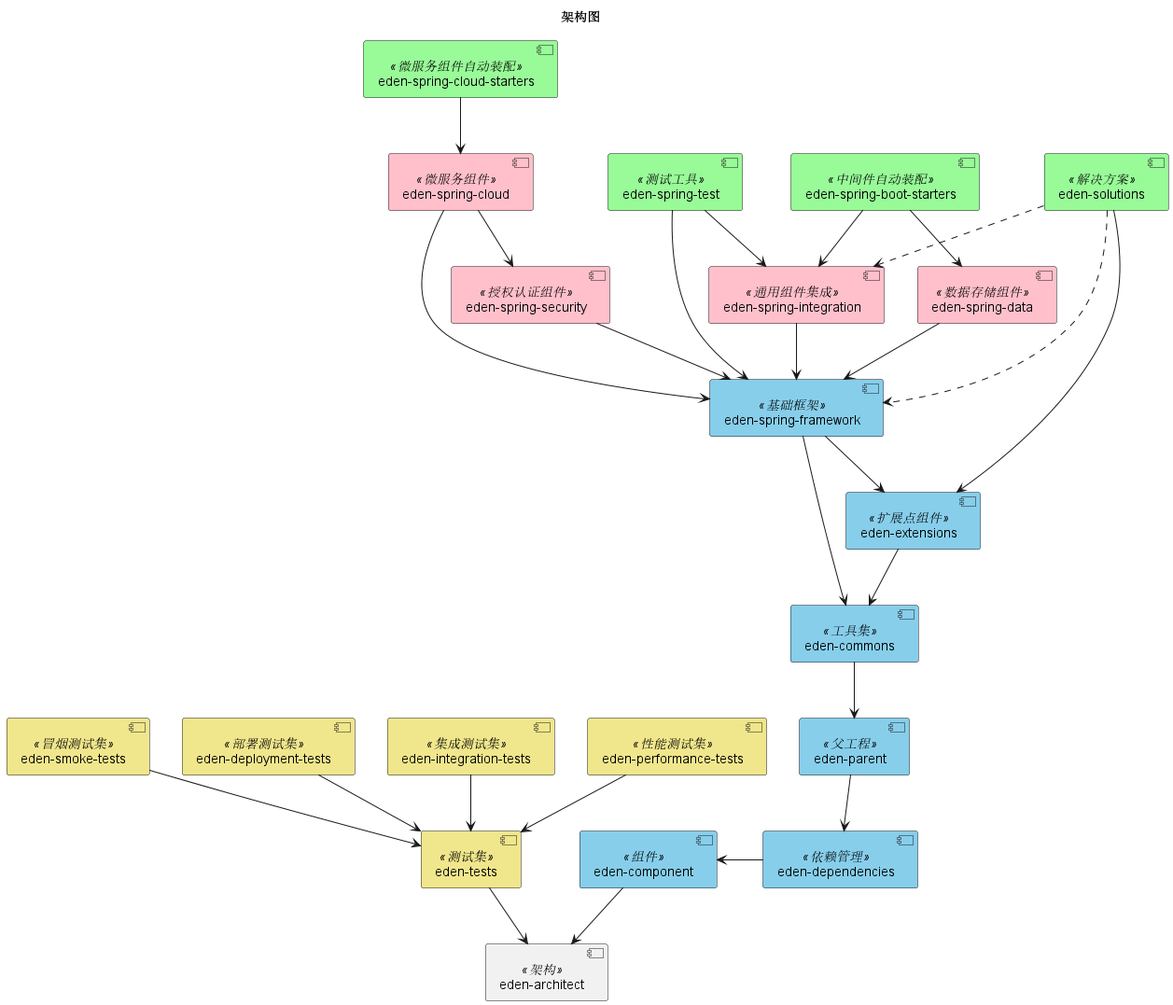
The PlantUML diagram docs/uml/component.png in shiyindaxiaojie/eden-architect, before a commit.
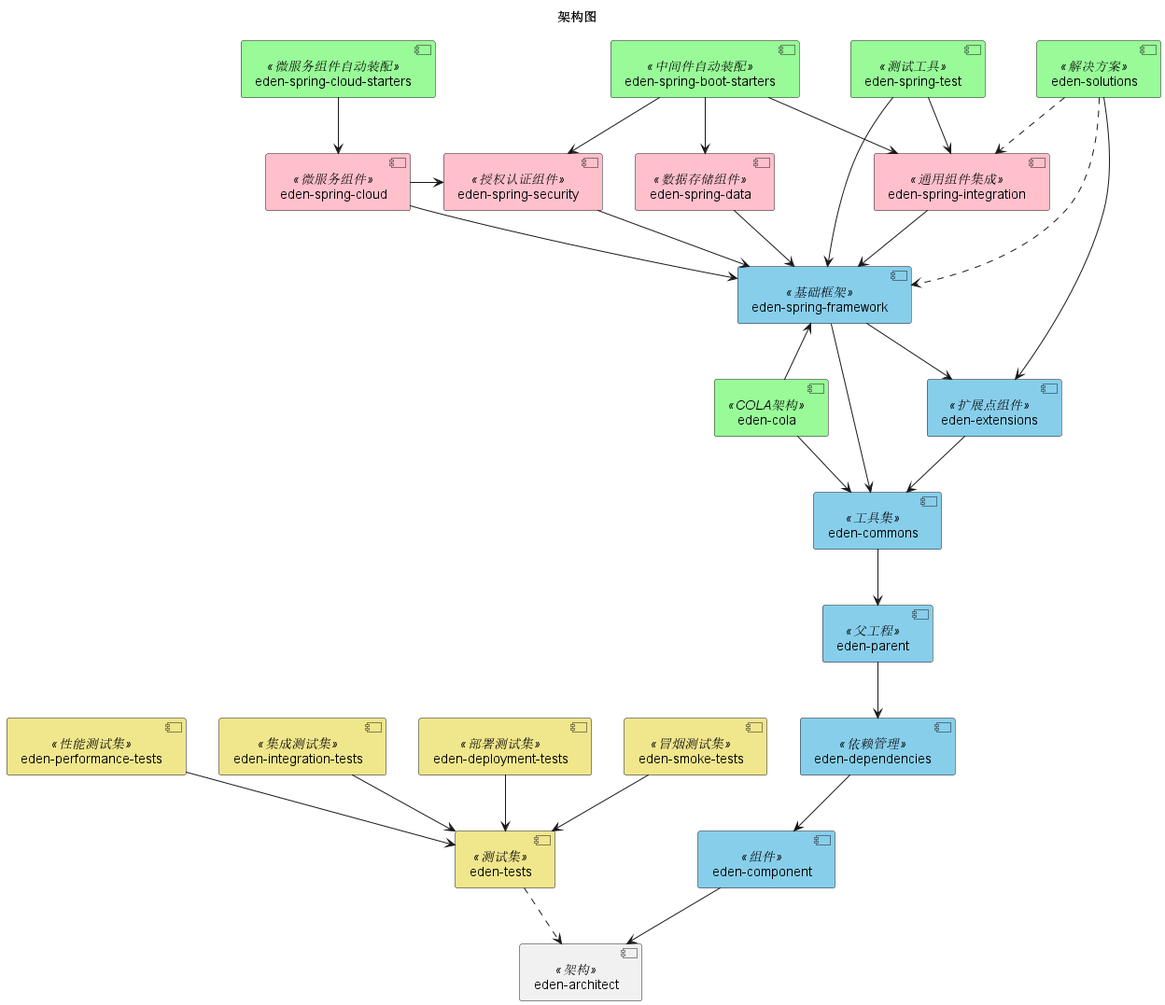
The same diagram one commit later.

Change to the diagram source:
```diff
@@ -14,6 +14,7 @@
 [eden-parent] <<父工程>>
 [eden-commons] <<工具集>>
 [eden-extensions] <<扩展点组件>>
+[eden-cola] <<COLA架构>>
 [eden-spring-framework] <<基础框架>>
 [eden-spring-data] <<数据存储组件>>
 [eden-spring-security] <<授权认证组件>>
@@ -41,6 +42,7 @@
 	backgroundColor<<授权认证组件>> Pink
 	backgroundColor<<通用组件集成>> Pink
 	backgroundColor<<微服务组件>> Pink
+	backgroundColor<<COLA架构>> PaleGreen
     backgroundColor<<中间件自动装配>> PaleGreen
     backgroundColor<<微服务组件自动装配>> PaleGreen
     backgroundColor<<测试工具>> PaleGreen
@@ -54,30 +56,33 @@
 }
 
 [eden-component] --> [eden-architect]
-[eden-dependencies] -l-> [eden-component]
+[eden-dependencies] --> [eden-component]
 [eden-parent] --> [eden-dependencies]
 [eden-commons] --> [eden-parent]
 [eden-extensions] --> [eden-commons]
+[eden-cola] --> [eden-commons]
+[eden-cola] -u-> [eden-spring-framework]
 [eden-spring-framework] --> [eden-commons]
 [eden-spring-framework] --> [eden-extensions]
 [eden-spring-data] --> [eden-spring-framework]
 [eden-spring-security] --> [eden-spring-framework]
 [eden-spring-integration] --> [eden-spring-framework]
 [eden-spring-cloud] --> [eden-spring-framework]
-[eden-spring-cloud] --> [eden-spring-security]
+[eden-spring-cloud] -r-> [eden-spring-security]
 [eden-spring-test] --> [eden-spring-framework]
 [eden-spring-test] --> [eden-spring-integration]
 [eden-spring-boot-starters] --> [eden-spring-data]
+[eden-spring-boot-starters] --> [eden-spring-security]
 [eden-spring-boot-starters] --> [eden-spring-integration]
 [eden-spring-cloud-starters] --> [eden-spring-cloud]
 [eden-solutions] --> [eden-extensions]
 [eden-solutions] ..> [eden-spring-framework]
 [eden-solutions] ..> [eden-spring-integration]
 
-[eden-tests] --> [eden-architect]
-[eden-deployment-tests] --> [eden-tests]
-[eden-integration-tests] --> [eden-tests]
-[eden-performance-tests] --> [eden-tests]
-[eden-smoke-tests] --> [eden-tests]
+[eden-architect] <.u. [eden-tests]
+[eden-tests] <-u- [eden-deployment-tests]
+[eden-tests] <-u- [eden-integration-tests]
+[eden-tests] <-u- [eden-performance-tests]
+[eden-tests] <-u- [eden-smoke-tests]
 
 @enduml
```
